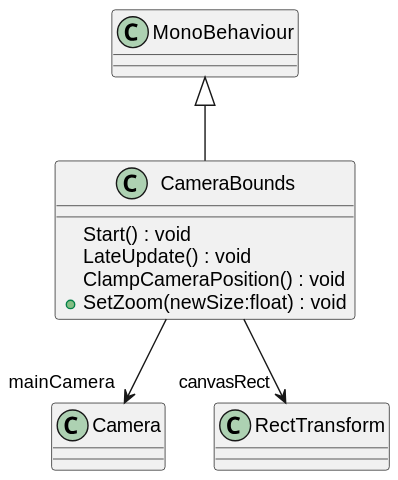
Earlier version of the PlantUML export UML/Assets/Scripts/CameraBounds.svg (mysteryfungus/DungeonGeneratorUnity).
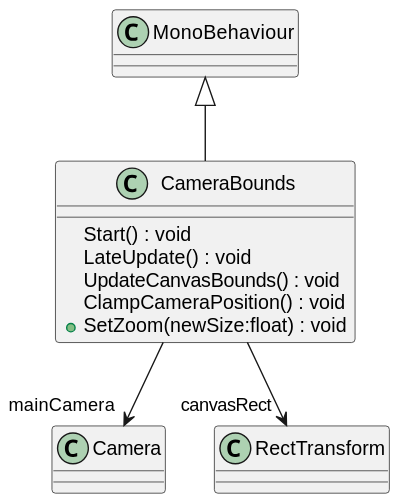
Above is the later version.

What changed in the source:
```diff
@@ -2,6 +2,7 @@
 class CameraBounds {
     Start() : void
     LateUpdate() : void
+    UpdateCanvasBounds() : void
     ClampCameraPosition() : void
     + SetZoom(newSize:float) : void
 }
```
